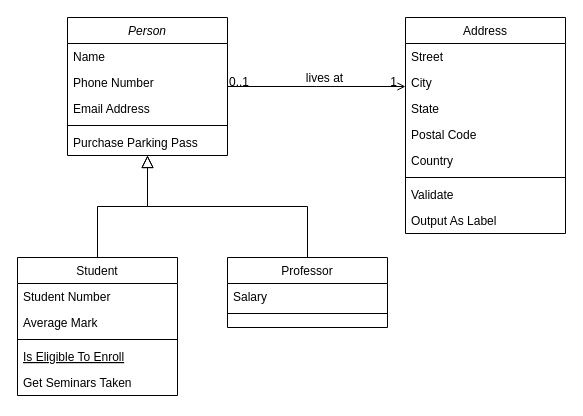
The draw.io diagram Unbenanntes Diagramm.drawio in fmausberg/first_myfinances, before the edit. Source tidied: cells renumbered, new cells numbered last; positions are measured from the earlier drawing's top-left corner, leaving out a move shared by most shapes. Both pictures are drawn from the tidied source at 100%, with x=0, y=0 at pixel (17, 17).
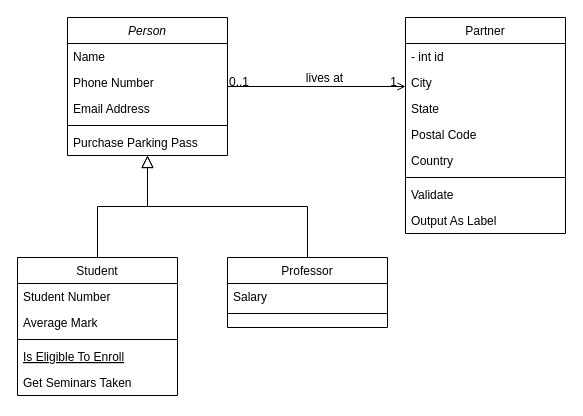
After the change.

The edit, as a diff of the source:
```diff
@@
-    <mxCell id="19" value="Address" style="swimlane;fontStyle=0;align=center;verticalAlign=top;horizontal=1;startSize=26;rounded=0;shadow=0;strokeWidth=1;" parent="1" vertex="1">
+    <mxCell id="19" value="Partner" style="swimlane;fontStyle=0;align=center;verticalAlign=top;horizontal=1;startSize=26;rounded=0;shadow=0;strokeWidth=1;" parent="1" vertex="1">
       <mxGeometry x="388" width="160" height="216" as="geometry" />
     </mxCell>
-    <mxCell id="20" value="Street" style="text;align=left;verticalAlign=top;spacingLeft=4;spacingRight=4;overflow=hidden;" parent="19" vertex="1">
+    <mxCell id="20" value="- int id" style="text;align=left;verticalAlign=top;spacingLeft=4;spacingRight=4;overflow=hidden;" parent="19" vertex="1">
       <mxGeometry y="26" width="160" height="26" as="geometry" />
     </mxCell>
```
